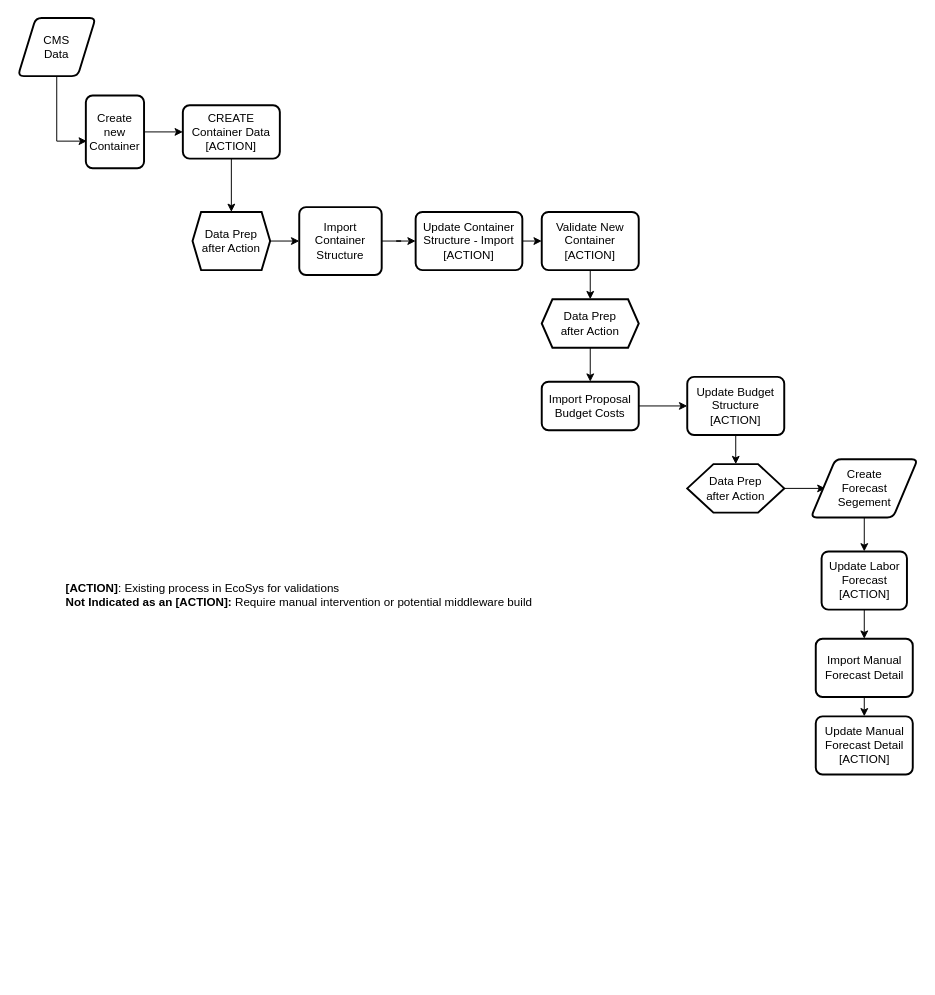
The draw.io diagram Untitled Diagram.drawio in JenMotush/Deskercise, before the edit. Source tidied: cells renumbered, new cells numbered last; positions are measured from the earlier drawing's top-left corner, leaving out a move shared by most shapes. Both pictures are drawn from the tidied source at 97%, with x=0, y=0 at pixel (17, 17).
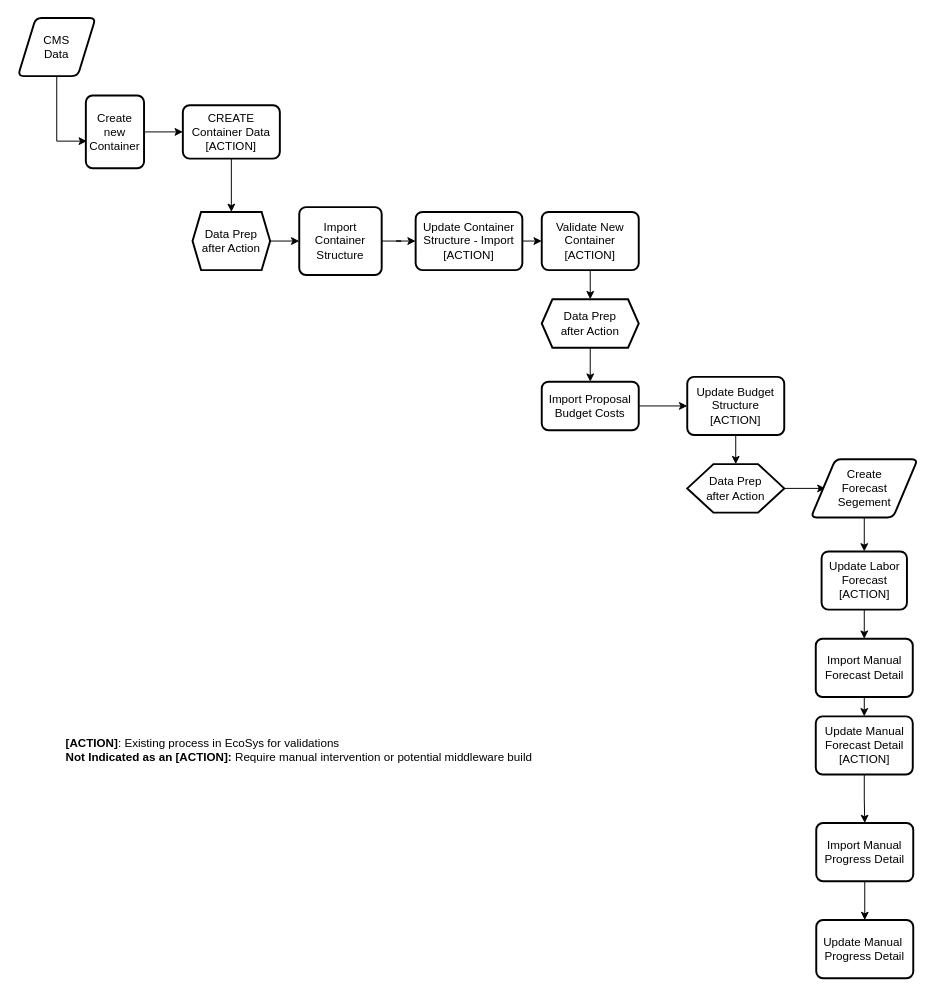
Above is the later version.

The change refers to these unchanged cells:
```xml
<mxCell id="31" value="Update Manual Forecast Detail&lt;br&gt;[ACTION]&lt;br&gt;" style="rounded=1;whiteSpace=wrap;html=1;absoluteArcSize=1;arcSize=14;strokeWidth=2;" parent="1" vertex="1">
  <mxGeometry x="822.5" y="720" width="100" height="60" as="geometry" />
</mxCell>
```

Diff of the diagram source:
```diff
@@
+    <mxCell id="37" style="edgeStyle=orthogonalEdgeStyle;rounded=0;jettySize=auto;html=1;" parent="1" edge="1" source="31" target="39">
+      <mxGeometry relative="1" as="geometry" />
+    </mxCell>
@@
+    <mxCell id="38" style="edgeStyle=orthogonalEdgeStyle;rounded=0;jettySize=auto;html=1;" parent="1" edge="1" source="39" target="40">
+      <mxGeometry relative="1" as="geometry" />
+    </mxCell>
+    <mxCell id="39" value="Import Manual&lt;br&gt;Progress Detail&lt;br&gt;" style="rounded=1;whiteSpace=wrap;html=1;absoluteArcSize=1;arcSize=14;strokeWidth=2;" parent="1" vertex="1">
+      <mxGeometry x="823" y="830" width="100" height="60" as="geometry" />
+    </mxCell>
+    <mxCell id="40" value="Update Manual&amp;nbsp;&lt;br&gt;Progress Detail&lt;br&gt;" style="rounded=1;whiteSpace=wrap;html=1;absoluteArcSize=1;arcSize=14;strokeWidth=2;" parent="1" vertex="1">
+      <mxGeometry x="823" y="930" width="100" height="60" as="geometry" />
+    </mxCell>
     <mxCell id="32" value="&lt;div style=&quot;text-align: left&quot;&gt;&lt;span&gt;&lt;b&gt;[ACTION]&lt;/b&gt;: Existing process in EcoSys for validations&lt;/span&gt;&lt;/div&gt;&lt;div style=&quot;text-align: left&quot;&gt;&lt;b&gt;Not Indicated as an [ACTION]:&lt;/b&gt; Require manual intervention or potential middleware build&lt;/div&gt;" style="text;html=1;strokeColor=none;fillColor=none;align=center;verticalAlign=middle;whiteSpace=wrap;rounded=0;" parent="1" vertex="1">
-      <mxGeometry x="10" y="550" width="560" height="90" as="geometry" />
+      <mxGeometry x="10" y="710" width="560" height="90" as="geometry" />
     </mxCell>
```
